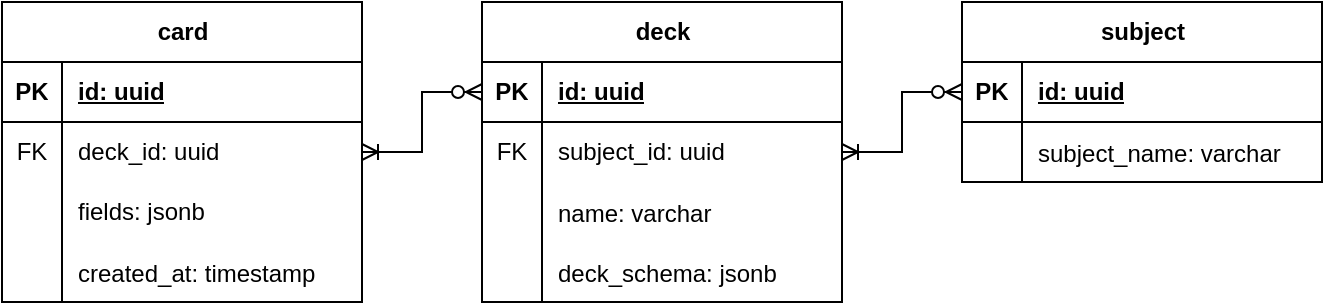
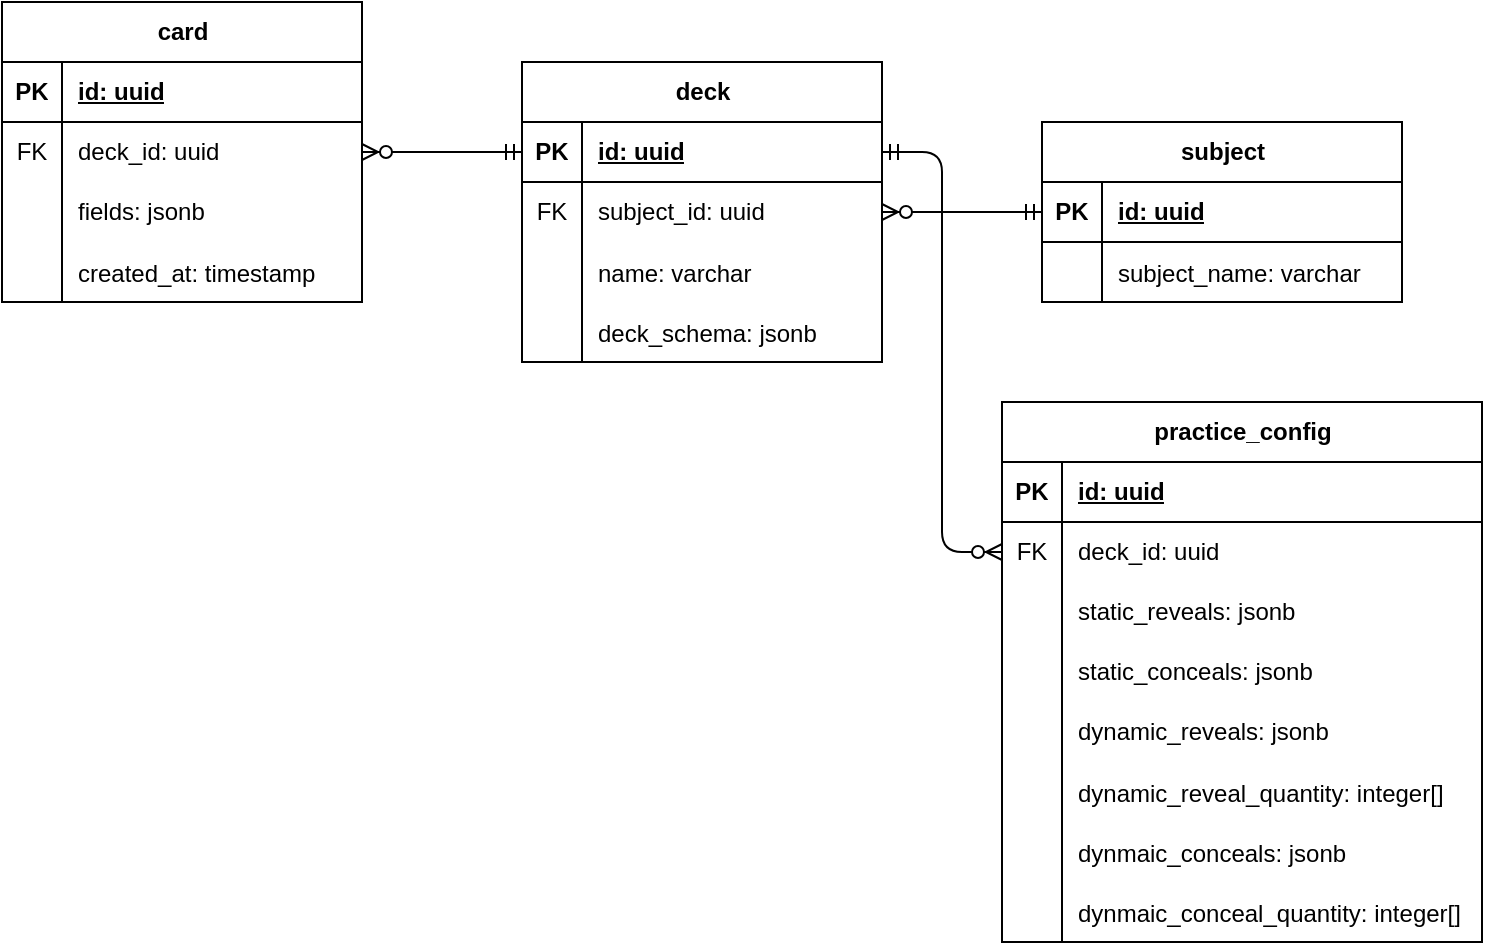
<mxfile host="65bd71144e">
    <diagram name="Page-1" id="E77Z4vSiBEVu_ntfNBje">
        <mxGraphModel dx="786" dy="490" grid="1" gridSize="10" guides="1" tooltips="1" connect="1" arrows="1" fold="1" page="1" pageScale="1" pageWidth="850" pageHeight="1100" math="0" shadow="0">
            <root>
                <mxCell id="0"/>
                <mxCell id="1" parent="0"/>
                <mxCell id="a0jAnDUGsL0N-l5X0XVK-1" value="card" style="shape=table;startSize=30;container=1;collapsible=1;childLayout=tableLayout;fixedRows=1;rowLines=0;fontStyle=1;align=center;resizeLast=1;html=1;" parent="1" vertex="1">
                    <mxGeometry y="80" width="180" height="150" as="geometry"/>
                </mxCell>
                <mxCell id="a0jAnDUGsL0N-l5X0XVK-2" value="" style="shape=tableRow;horizontal=0;startSize=0;swimlaneHead=0;swimlaneBody=0;fillColor=none;collapsible=0;dropTarget=0;points=[[0,0.5],[1,0.5]];portConstraint=eastwest;top=0;left=0;right=0;bottom=1;" parent="a0jAnDUGsL0N-l5X0XVK-1" vertex="1">
                    <mxGeometry y="30" width="180" height="30" as="geometry"/>
                </mxCell>
                <mxCell id="a0jAnDUGsL0N-l5X0XVK-3" value="PK" style="shape=partialRectangle;connectable=0;fillColor=none;top=0;left=0;bottom=0;right=0;fontStyle=1;overflow=hidden;whiteSpace=wrap;html=1;" parent="a0jAnDUGsL0N-l5X0XVK-2" vertex="1">
                    <mxGeometry width="30" height="30" as="geometry">
                        <mxRectangle width="30" height="30" as="alternateBounds"/>
                    </mxGeometry>
                </mxCell>
                <mxCell id="a0jAnDUGsL0N-l5X0XVK-4" value="id: uuid" style="shape=partialRectangle;connectable=0;fillColor=none;top=0;left=0;bottom=0;right=0;align=left;spacingLeft=6;fontStyle=5;overflow=hidden;whiteSpace=wrap;html=1;" parent="a0jAnDUGsL0N-l5X0XVK-2" vertex="1">
                    <mxGeometry x="30" width="150" height="30" as="geometry">
                        <mxRectangle width="150" height="30" as="alternateBounds"/>
                    </mxGeometry>
                </mxCell>
                <mxCell id="a0jAnDUGsL0N-l5X0XVK-39" value="" style="shape=tableRow;horizontal=0;startSize=0;swimlaneHead=0;swimlaneBody=0;fillColor=none;collapsible=0;dropTarget=0;points=[[0,0.5],[1,0.5]];portConstraint=eastwest;top=0;left=0;right=0;bottom=0;" parent="a0jAnDUGsL0N-l5X0XVK-1" vertex="1">
                    <mxGeometry y="60" width="180" height="30" as="geometry"/>
                </mxCell>
                <mxCell id="a0jAnDUGsL0N-l5X0XVK-40" value="FK" style="shape=partialRectangle;connectable=0;fillColor=none;top=0;left=0;bottom=0;right=0;fontStyle=0;overflow=hidden;whiteSpace=wrap;html=1;" parent="a0jAnDUGsL0N-l5X0XVK-39" vertex="1">
                    <mxGeometry width="30" height="30" as="geometry">
                        <mxRectangle width="30" height="30" as="alternateBounds"/>
                    </mxGeometry>
                </mxCell>
                <mxCell id="a0jAnDUGsL0N-l5X0XVK-41" value="deck_id: uuid" style="shape=partialRectangle;connectable=0;fillColor=none;top=0;left=0;bottom=0;right=0;align=left;spacingLeft=6;fontStyle=0;overflow=hidden;whiteSpace=wrap;html=1;" parent="a0jAnDUGsL0N-l5X0XVK-39" vertex="1">
                    <mxGeometry x="30" width="150" height="30" as="geometry">
                        <mxRectangle width="150" height="30" as="alternateBounds"/>
                    </mxGeometry>
                </mxCell>
                <mxCell id="a0jAnDUGsL0N-l5X0XVK-35" value="" style="shape=tableRow;horizontal=0;startSize=0;swimlaneHead=0;swimlaneBody=0;fillColor=none;collapsible=0;dropTarget=0;points=[[0,0.5],[1,0.5]];portConstraint=eastwest;top=0;left=0;right=0;bottom=0;" parent="a0jAnDUGsL0N-l5X0XVK-1" vertex="1">
                    <mxGeometry y="90" width="180" height="30" as="geometry"/>
                </mxCell>
                <mxCell id="a0jAnDUGsL0N-l5X0XVK-36" value="" style="shape=partialRectangle;connectable=0;fillColor=none;top=0;left=0;bottom=0;right=0;editable=1;overflow=hidden;whiteSpace=wrap;html=1;" parent="a0jAnDUGsL0N-l5X0XVK-35" vertex="1">
                    <mxGeometry width="30" height="30" as="geometry">
                        <mxRectangle width="30" height="30" as="alternateBounds"/>
                    </mxGeometry>
                </mxCell>
                <mxCell id="a0jAnDUGsL0N-l5X0XVK-37" value="fields: jsonb" style="shape=partialRectangle;connectable=0;fillColor=none;top=0;left=0;bottom=0;right=0;align=left;spacingLeft=6;overflow=hidden;whiteSpace=wrap;html=1;" parent="a0jAnDUGsL0N-l5X0XVK-35" vertex="1">
                    <mxGeometry x="30" width="150" height="30" as="geometry">
                        <mxRectangle width="150" height="30" as="alternateBounds"/>
                    </mxGeometry>
                </mxCell>
                <mxCell id="a0jAnDUGsL0N-l5X0XVK-70" value="" style="shape=tableRow;horizontal=0;startSize=0;swimlaneHead=0;swimlaneBody=0;fillColor=none;collapsible=0;dropTarget=0;points=[[0,0.5],[1,0.5]];portConstraint=eastwest;top=0;left=0;right=0;bottom=0;" parent="a0jAnDUGsL0N-l5X0XVK-1" vertex="1">
                    <mxGeometry y="120" width="180" height="30" as="geometry"/>
                </mxCell>
                <mxCell id="a0jAnDUGsL0N-l5X0XVK-71" value="" style="shape=partialRectangle;connectable=0;fillColor=none;top=0;left=0;bottom=0;right=0;editable=1;overflow=hidden;" parent="a0jAnDUGsL0N-l5X0XVK-70" vertex="1">
                    <mxGeometry width="30" height="30" as="geometry">
                        <mxRectangle width="30" height="30" as="alternateBounds"/>
                    </mxGeometry>
                </mxCell>
                <mxCell id="a0jAnDUGsL0N-l5X0XVK-72" value="created_at: timestamp" style="shape=partialRectangle;connectable=0;fillColor=none;top=0;left=0;bottom=0;right=0;align=left;spacingLeft=6;overflow=hidden;" parent="a0jAnDUGsL0N-l5X0XVK-70" vertex="1">
                    <mxGeometry x="30" width="150" height="30" as="geometry">
                        <mxRectangle width="150" height="30" as="alternateBounds"/>
                    </mxGeometry>
                </mxCell>
                <mxCell id="a0jAnDUGsL0N-l5X0XVK-22" value="deck" style="shape=table;startSize=30;container=1;collapsible=1;childLayout=tableLayout;fixedRows=1;rowLines=0;fontStyle=1;align=center;resizeLast=1;html=1;" parent="1" vertex="1">
-                     <mxGeometry x="240" y="80" width="180" height="150" as="geometry"/>
+                     <mxGeometry x="260" y="110" width="180" height="150" as="geometry"/>
                </mxCell>
                <mxCell id="a0jAnDUGsL0N-l5X0XVK-23" value="" style="shape=tableRow;horizontal=0;startSize=0;swimlaneHead=0;swimlaneBody=0;fillColor=none;collapsible=0;dropTarget=0;points=[[0,0.5],[1,0.5]];portConstraint=eastwest;top=0;left=0;right=0;bottom=1;" parent="a0jAnDUGsL0N-l5X0XVK-22" vertex="1">
                    <mxGeometry y="30" width="180" height="30" as="geometry"/>
                </mxCell>
                <mxCell id="a0jAnDUGsL0N-l5X0XVK-24" value="PK" style="shape=partialRectangle;connectable=0;fillColor=none;top=0;left=0;bottom=0;right=0;fontStyle=1;overflow=hidden;whiteSpace=wrap;html=1;" parent="a0jAnDUGsL0N-l5X0XVK-23" vertex="1">
                    <mxGeometry width="30" height="30" as="geometry">
                        <mxRectangle width="30" height="30" as="alternateBounds"/>
                    </mxGeometry>
                </mxCell>
                <mxCell id="a0jAnDUGsL0N-l5X0XVK-25" value="id: uuid" style="shape=partialRectangle;connectable=0;fillColor=none;top=0;left=0;bottom=0;right=0;align=left;spacingLeft=6;fontStyle=5;overflow=hidden;whiteSpace=wrap;html=1;" parent="a0jAnDUGsL0N-l5X0XVK-23" vertex="1">
                    <mxGeometry x="30" width="150" height="30" as="geometry">
                        <mxRectangle width="150" height="30" as="alternateBounds"/>
                    </mxGeometry>
                </mxCell>
                <mxCell id="a0jAnDUGsL0N-l5X0XVK-44" value="" style="shape=tableRow;horizontal=0;startSize=0;swimlaneHead=0;swimlaneBody=0;fillColor=none;collapsible=0;dropTarget=0;points=[[0,0.5],[1,0.5]];portConstraint=eastwest;top=0;left=0;right=0;bottom=0;" parent="a0jAnDUGsL0N-l5X0XVK-22" vertex="1">
                    <mxGeometry y="60" width="180" height="30" as="geometry"/>
                </mxCell>
                <mxCell id="a0jAnDUGsL0N-l5X0XVK-45" value="FK" style="shape=partialRectangle;connectable=0;fillColor=none;top=0;left=0;bottom=0;right=0;fontStyle=0;overflow=hidden;whiteSpace=wrap;html=1;" parent="a0jAnDUGsL0N-l5X0XVK-44" vertex="1">
                    <mxGeometry width="30" height="30" as="geometry">
                        <mxRectangle width="30" height="30" as="alternateBounds"/>
                    </mxGeometry>
                </mxCell>
                <mxCell id="a0jAnDUGsL0N-l5X0XVK-46" value="subject_id: uuid" style="shape=partialRectangle;connectable=0;fillColor=none;top=0;left=0;bottom=0;right=0;align=left;spacingLeft=6;fontStyle=0;overflow=hidden;whiteSpace=wrap;html=1;" parent="a0jAnDUGsL0N-l5X0XVK-44" vertex="1">
                    <mxGeometry x="30" width="150" height="30" as="geometry">
                        <mxRectangle width="150" height="30" as="alternateBounds"/>
                    </mxGeometry>
                </mxCell>
                <mxCell id="a0jAnDUGsL0N-l5X0XVK-62" value="" style="shape=tableRow;horizontal=0;startSize=0;swimlaneHead=0;swimlaneBody=0;fillColor=none;collapsible=0;dropTarget=0;points=[[0,0.5],[1,0.5]];portConstraint=eastwest;top=0;left=0;right=0;bottom=0;" parent="a0jAnDUGsL0N-l5X0XVK-22" vertex="1">
                    <mxGeometry y="90" width="180" height="30" as="geometry"/>
                </mxCell>
                <mxCell id="a0jAnDUGsL0N-l5X0XVK-63" value="" style="shape=partialRectangle;connectable=0;fillColor=none;top=0;left=0;bottom=0;right=0;editable=1;overflow=hidden;" parent="a0jAnDUGsL0N-l5X0XVK-62" vertex="1">
                    <mxGeometry width="30" height="30" as="geometry">
                        <mxRectangle width="30" height="30" as="alternateBounds"/>
                    </mxGeometry>
                </mxCell>
                <mxCell id="a0jAnDUGsL0N-l5X0XVK-64" value="name: varchar" style="shape=partialRectangle;connectable=0;fillColor=none;top=0;left=0;bottom=0;right=0;align=left;spacingLeft=6;overflow=hidden;" parent="a0jAnDUGsL0N-l5X0XVK-62" vertex="1">
                    <mxGeometry x="30" width="150" height="30" as="geometry">
                        <mxRectangle width="150" height="30" as="alternateBounds"/>
                    </mxGeometry>
                </mxCell>
-                 <mxCell id="3" value="" style="shape=tableRow;horizontal=0;startSize=0;swimlaneHead=0;swimlaneBody=0;fillColor=none;collapsible=0;dropTarget=0;points=[[0,0.5],[1,0.5]];portConstraint=eastwest;top=0;left=0;right=0;bottom=0;" vertex="1" parent="a0jAnDUGsL0N-l5X0XVK-22">
+                 <mxCell id="3" value="" style="shape=tableRow;horizontal=0;startSize=0;swimlaneHead=0;swimlaneBody=0;fillColor=none;collapsible=0;dropTarget=0;points=[[0,0.5],[1,0.5]];portConstraint=eastwest;top=0;left=0;right=0;bottom=0;" parent="a0jAnDUGsL0N-l5X0XVK-22" vertex="1">
                    <mxGeometry y="120" width="180" height="30" as="geometry"/>
                </mxCell>
-                 <mxCell id="4" value="" style="shape=partialRectangle;connectable=0;fillColor=none;top=0;left=0;bottom=0;right=0;editable=1;overflow=hidden;" vertex="1" parent="3">
-                     <mxGeometry width="30" height="30" as="geometry">
-                         <mxRectangle width="30" height="30" as="alternateBounds"/>
-                     </mxGeometry>
-                 </mxCell>
-                 <mxCell id="5" value="deck_schema: jsonb" style="shape=partialRectangle;connectable=0;fillColor=none;top=0;left=0;bottom=0;right=0;align=left;spacingLeft=6;overflow=hidden;" vertex="1" parent="3">
-                     <mxGeometry x="30" width="150" height="30" as="geometry">
-                         <mxRectangle width="150" height="30" as="alternateBounds"/>
-                     </mxGeometry>
-                 </mxCell>
-                 <mxCell id="a0jAnDUGsL0N-l5X0XVK-42" value="" style="edgeStyle=entityRelationEdgeStyle;fontSize=12;html=1;endArrow=ERoneToMany;startArrow=ERzeroToMany;rounded=0;entryX=1;entryY=0.5;entryDx=0;entryDy=0;exitX=0;exitY=0.5;exitDx=0;exitDy=0;" parent="1" source="a0jAnDUGsL0N-l5X0XVK-23" target="a0jAnDUGsL0N-l5X0XVK-39" edge="1">
-                     <mxGeometry width="100" height="100" relative="1" as="geometry">
-                         <mxPoint x="380" y="350" as="sourcePoint"/>
-                         <mxPoint x="510" y="300" as="targetPoint"/>
+                 <mxCell id="4" value="" style="shape=partialRectangle;connectable=0;fillColor=none;top=0;left=0;bottom=0;right=0;editable=1;overflow=hidden;" parent="3" vertex="1">
+                     <mxGeometry width="30" height="30" as="geometry">
+                         <mxRectangle width="30" height="30" as="alternateBounds"/>
+                     </mxGeometry>
+                 </mxCell>
+                 <mxCell id="5" value="deck_schema: jsonb" style="shape=partialRectangle;connectable=0;fillColor=none;top=0;left=0;bottom=0;right=0;align=left;spacingLeft=6;overflow=hidden;" parent="3" vertex="1">
+                     <mxGeometry x="30" width="150" height="30" as="geometry">
+                         <mxRectangle width="150" height="30" as="alternateBounds"/>
                    </mxGeometry>
                </mxCell>
                <mxCell id="a0jAnDUGsL0N-l5X0XVK-47" value="subject" style="shape=table;startSize=30;container=1;collapsible=1;childLayout=tableLayout;fixedRows=1;rowLines=0;fontStyle=1;align=center;resizeLast=1;html=1;" parent="1" vertex="1">
-                     <mxGeometry x="480" y="80" width="180" height="90" as="geometry"/>
+                     <mxGeometry x="520" y="140" width="180" height="90" as="geometry"/>
                </mxCell>
                <mxCell id="a0jAnDUGsL0N-l5X0XVK-48" value="" style="shape=tableRow;horizontal=0;startSize=0;swimlaneHead=0;swimlaneBody=0;fillColor=none;collapsible=0;dropTarget=0;points=[[0,0.5],[1,0.5]];portConstraint=eastwest;top=0;left=0;right=0;bottom=1;" parent="a0jAnDUGsL0N-l5X0XVK-47" vertex="1">
                    <mxGeometry y="30" width="180" height="30" as="geometry"/>
                </mxCell>
                <mxCell id="a0jAnDUGsL0N-l5X0XVK-49" value="PK" style="shape=partialRectangle;connectable=0;fillColor=none;top=0;left=0;bottom=0;right=0;fontStyle=1;overflow=hidden;whiteSpace=wrap;html=1;" parent="a0jAnDUGsL0N-l5X0XVK-48" vertex="1">
                    <mxGeometry width="30" height="30" as="geometry">
                        <mxRectangle width="30" height="30" as="alternateBounds"/>
                    </mxGeometry>
                </mxCell>
                <mxCell id="a0jAnDUGsL0N-l5X0XVK-50" value="id: uuid" style="shape=partialRectangle;connectable=0;fillColor=none;top=0;left=0;bottom=0;right=0;align=left;spacingLeft=6;fontStyle=5;overflow=hidden;whiteSpace=wrap;html=1;" parent="a0jAnDUGsL0N-l5X0XVK-48" vertex="1">
                    <mxGeometry x="30" width="150" height="30" as="geometry">
                        <mxRectangle width="150" height="30" as="alternateBounds"/>
                    </mxGeometry>
                </mxCell>
                <mxCell id="a0jAnDUGsL0N-l5X0XVK-66" value="" style="shape=tableRow;horizontal=0;startSize=0;swimlaneHead=0;swimlaneBody=0;fillColor=none;collapsible=0;dropTarget=0;points=[[0,0.5],[1,0.5]];portConstraint=eastwest;top=0;left=0;right=0;bottom=0;" parent="a0jAnDUGsL0N-l5X0XVK-47" vertex="1">
                    <mxGeometry y="60" width="180" height="30" as="geometry"/>
                </mxCell>
                <mxCell id="a0jAnDUGsL0N-l5X0XVK-67" value="" style="shape=partialRectangle;connectable=0;fillColor=none;top=0;left=0;bottom=0;right=0;editable=1;overflow=hidden;" parent="a0jAnDUGsL0N-l5X0XVK-66" vertex="1">
                    <mxGeometry width="30" height="30" as="geometry">
                        <mxRectangle width="30" height="30" as="alternateBounds"/>
                    </mxGeometry>
                </mxCell>
                <mxCell id="a0jAnDUGsL0N-l5X0XVK-68" value="subject_name: varchar" style="shape=partialRectangle;connectable=0;fillColor=none;top=0;left=0;bottom=0;right=0;align=left;spacingLeft=6;overflow=hidden;" parent="a0jAnDUGsL0N-l5X0XVK-66" vertex="1">
                    <mxGeometry x="30" width="150" height="30" as="geometry">
                        <mxRectangle width="150" height="30" as="alternateBounds"/>
                    </mxGeometry>
                </mxCell>
-                 <mxCell id="a0jAnDUGsL0N-l5X0XVK-60" value="" style="edgeStyle=entityRelationEdgeStyle;fontSize=12;html=1;endArrow=ERoneToMany;startArrow=ERzeroToMany;rounded=0;exitX=0;exitY=0.5;exitDx=0;exitDy=0;entryX=1;entryY=0.5;entryDx=0;entryDy=0;" parent="1" source="a0jAnDUGsL0N-l5X0XVK-48" target="a0jAnDUGsL0N-l5X0XVK-44" edge="1">
+                 <mxCell id="6" value="practice_config" style="shape=table;startSize=30;container=1;collapsible=1;childLayout=tableLayout;fixedRows=1;rowLines=0;fontStyle=1;align=center;resizeLast=1;html=1;" vertex="1" parent="1">
+                     <mxGeometry x="500" y="280" width="240" height="270" as="geometry"/>
+                 </mxCell>
+                 <mxCell id="7" value="" style="shape=tableRow;horizontal=0;startSize=0;swimlaneHead=0;swimlaneBody=0;fillColor=none;collapsible=0;dropTarget=0;points=[[0,0.5],[1,0.5]];portConstraint=eastwest;top=0;left=0;right=0;bottom=1;" vertex="1" parent="6">
+                     <mxGeometry y="30" width="240" height="30" as="geometry"/>
+                 </mxCell>
+                 <mxCell id="8" value="PK" style="shape=partialRectangle;connectable=0;fillColor=none;top=0;left=0;bottom=0;right=0;fontStyle=1;overflow=hidden;whiteSpace=wrap;html=1;" vertex="1" parent="7">
+                     <mxGeometry width="30" height="30" as="geometry">
+                         <mxRectangle width="30" height="30" as="alternateBounds"/>
+                     </mxGeometry>
+                 </mxCell>
+                 <mxCell id="9" value="id: uuid" style="shape=partialRectangle;connectable=0;fillColor=none;top=0;left=0;bottom=0;right=0;align=left;spacingLeft=6;fontStyle=5;overflow=hidden;whiteSpace=wrap;html=1;" vertex="1" parent="7">
+                     <mxGeometry x="30" width="210" height="30" as="geometry">
+                         <mxRectangle width="210" height="30" as="alternateBounds"/>
+                     </mxGeometry>
+                 </mxCell>
+                 <mxCell id="20" value="" style="shape=tableRow;horizontal=0;startSize=0;swimlaneHead=0;swimlaneBody=0;fillColor=none;collapsible=0;dropTarget=0;points=[[0,0.5],[1,0.5]];portConstraint=eastwest;top=0;left=0;right=0;bottom=0;" vertex="1" parent="6">
+                     <mxGeometry y="60" width="240" height="30" as="geometry"/>
+                 </mxCell>
+                 <mxCell id="21" value="FK" style="shape=partialRectangle;connectable=0;fillColor=none;top=0;left=0;bottom=0;right=0;fontStyle=0;overflow=hidden;whiteSpace=wrap;html=1;" vertex="1" parent="20">
+                     <mxGeometry width="30" height="30" as="geometry">
+                         <mxRectangle width="30" height="30" as="alternateBounds"/>
+                     </mxGeometry>
+                 </mxCell>
+                 <mxCell id="22" value="deck_id: uuid" style="shape=partialRectangle;connectable=0;fillColor=none;top=0;left=0;bottom=0;right=0;align=left;spacingLeft=6;fontStyle=0;overflow=hidden;whiteSpace=wrap;html=1;" vertex="1" parent="20">
+                     <mxGeometry x="30" width="210" height="30" as="geometry">
+                         <mxRectangle width="210" height="30" as="alternateBounds"/>
+                     </mxGeometry>
+                 </mxCell>
+                 <mxCell id="10" value="" style="shape=tableRow;horizontal=0;startSize=0;swimlaneHead=0;swimlaneBody=0;fillColor=none;collapsible=0;dropTarget=0;points=[[0,0.5],[1,0.5]];portConstraint=eastwest;top=0;left=0;right=0;bottom=0;" vertex="1" parent="6">
+                     <mxGeometry y="90" width="240" height="30" as="geometry"/>
+                 </mxCell>
+                 <mxCell id="11" value="" style="shape=partialRectangle;connectable=0;fillColor=none;top=0;left=0;bottom=0;right=0;editable=1;overflow=hidden;whiteSpace=wrap;html=1;" vertex="1" parent="10">
+                     <mxGeometry width="30" height="30" as="geometry">
+                         <mxRectangle width="30" height="30" as="alternateBounds"/>
+                     </mxGeometry>
+                 </mxCell>
+                 <mxCell id="12" value="static_reveals: jsonb" style="shape=partialRectangle;connectable=0;fillColor=none;top=0;left=0;bottom=0;right=0;align=left;spacingLeft=6;overflow=hidden;whiteSpace=wrap;html=1;" vertex="1" parent="10">
+                     <mxGeometry x="30" width="210" height="30" as="geometry">
+                         <mxRectangle width="210" height="30" as="alternateBounds"/>
+                     </mxGeometry>
+                 </mxCell>
+                 <mxCell id="13" value="" style="shape=tableRow;horizontal=0;startSize=0;swimlaneHead=0;swimlaneBody=0;fillColor=none;collapsible=0;dropTarget=0;points=[[0,0.5],[1,0.5]];portConstraint=eastwest;top=0;left=0;right=0;bottom=0;" vertex="1" parent="6">
+                     <mxGeometry y="120" width="240" height="30" as="geometry"/>
+                 </mxCell>
+                 <mxCell id="14" value="" style="shape=partialRectangle;connectable=0;fillColor=none;top=0;left=0;bottom=0;right=0;editable=1;overflow=hidden;whiteSpace=wrap;html=1;" vertex="1" parent="13">
+                     <mxGeometry width="30" height="30" as="geometry">
+                         <mxRectangle width="30" height="30" as="alternateBounds"/>
+                     </mxGeometry>
+                 </mxCell>
+                 <mxCell id="15" value="static_conceals: jsonb" style="shape=partialRectangle;connectable=0;fillColor=none;top=0;left=0;bottom=0;right=0;align=left;spacingLeft=6;overflow=hidden;whiteSpace=wrap;html=1;" vertex="1" parent="13">
+                     <mxGeometry x="30" width="210" height="30" as="geometry">
+                         <mxRectangle width="210" height="30" as="alternateBounds"/>
+                     </mxGeometry>
+                 </mxCell>
+                 <mxCell id="16" value="" style="shape=tableRow;horizontal=0;startSize=0;swimlaneHead=0;swimlaneBody=0;fillColor=none;collapsible=0;dropTarget=0;points=[[0,0.5],[1,0.5]];portConstraint=eastwest;top=0;left=0;right=0;bottom=0;" vertex="1" parent="6">
+                     <mxGeometry y="150" width="240" height="30" as="geometry"/>
+                 </mxCell>
+                 <mxCell id="17" value="" style="shape=partialRectangle;connectable=0;fillColor=none;top=0;left=0;bottom=0;right=0;editable=1;overflow=hidden;whiteSpace=wrap;html=1;" vertex="1" parent="16">
+                     <mxGeometry width="30" height="30" as="geometry">
+                         <mxRectangle width="30" height="30" as="alternateBounds"/>
+                     </mxGeometry>
+                 </mxCell>
+                 <mxCell id="18" value="dynamic_reveals: jsonb" style="shape=partialRectangle;connectable=0;fillColor=none;top=0;left=0;bottom=0;right=0;align=left;spacingLeft=6;overflow=hidden;whiteSpace=wrap;html=1;" vertex="1" parent="16">
+                     <mxGeometry x="30" width="210" height="30" as="geometry">
+                         <mxRectangle width="210" height="30" as="alternateBounds"/>
+                     </mxGeometry>
+                 </mxCell>
+                 <mxCell id="24" value="" style="shape=tableRow;horizontal=0;startSize=0;swimlaneHead=0;swimlaneBody=0;fillColor=none;collapsible=0;dropTarget=0;points=[[0,0.5],[1,0.5]];portConstraint=eastwest;top=0;left=0;right=0;bottom=0;" vertex="1" parent="6">
+                     <mxGeometry y="180" width="240" height="30" as="geometry"/>
+                 </mxCell>
+                 <mxCell id="25" value="" style="shape=partialRectangle;connectable=0;fillColor=none;top=0;left=0;bottom=0;right=0;editable=1;overflow=hidden;" vertex="1" parent="24">
+                     <mxGeometry width="30" height="30" as="geometry">
+                         <mxRectangle width="30" height="30" as="alternateBounds"/>
+                     </mxGeometry>
+                 </mxCell>
+                 <mxCell id="26" value="dynamic_reveal_quantity: integer[]" style="shape=partialRectangle;connectable=0;fillColor=none;top=0;left=0;bottom=0;right=0;align=left;spacingLeft=6;overflow=hidden;" vertex="1" parent="24">
+                     <mxGeometry x="30" width="210" height="30" as="geometry">
+                         <mxRectangle width="210" height="30" as="alternateBounds"/>
+                     </mxGeometry>
+                 </mxCell>
+                 <mxCell id="29" value="" style="shape=tableRow;horizontal=0;startSize=0;swimlaneHead=0;swimlaneBody=0;fillColor=none;collapsible=0;dropTarget=0;points=[[0,0.5],[1,0.5]];portConstraint=eastwest;top=0;left=0;right=0;bottom=0;" vertex="1" parent="6">
+                     <mxGeometry y="210" width="240" height="30" as="geometry"/>
+                 </mxCell>
+                 <mxCell id="30" value="" style="shape=partialRectangle;connectable=0;fillColor=none;top=0;left=0;bottom=0;right=0;editable=1;overflow=hidden;" vertex="1" parent="29">
+                     <mxGeometry width="30" height="30" as="geometry">
+                         <mxRectangle width="30" height="30" as="alternateBounds"/>
+                     </mxGeometry>
+                 </mxCell>
+                 <mxCell id="31" value="dynmaic_conceals: jsonb" style="shape=partialRectangle;connectable=0;fillColor=none;top=0;left=0;bottom=0;right=0;align=left;spacingLeft=6;overflow=hidden;" vertex="1" parent="29">
+                     <mxGeometry x="30" width="210" height="30" as="geometry">
+                         <mxRectangle width="210" height="30" as="alternateBounds"/>
+                     </mxGeometry>
+                 </mxCell>
+                 <mxCell id="33" value="" style="shape=tableRow;horizontal=0;startSize=0;swimlaneHead=0;swimlaneBody=0;fillColor=none;collapsible=0;dropTarget=0;points=[[0,0.5],[1,0.5]];portConstraint=eastwest;top=0;left=0;right=0;bottom=0;" vertex="1" parent="6">
+                     <mxGeometry y="240" width="240" height="30" as="geometry"/>
+                 </mxCell>
+                 <mxCell id="34" value="" style="shape=partialRectangle;connectable=0;fillColor=none;top=0;left=0;bottom=0;right=0;editable=1;overflow=hidden;" vertex="1" parent="33">
+                     <mxGeometry width="30" height="30" as="geometry">
+                         <mxRectangle width="30" height="30" as="alternateBounds"/>
+                     </mxGeometry>
+                 </mxCell>
+                 <mxCell id="35" value="dynmaic_conceal_quantity: integer[]" style="shape=partialRectangle;connectable=0;fillColor=none;top=0;left=0;bottom=0;right=0;align=left;spacingLeft=6;overflow=hidden;" vertex="1" parent="33">
+                     <mxGeometry x="30" width="210" height="30" as="geometry">
+                         <mxRectangle width="210" height="30" as="alternateBounds"/>
+                     </mxGeometry>
+                 </mxCell>
+                 <mxCell id="41" value="" style="edgeStyle=entityRelationEdgeStyle;fontSize=12;html=1;endArrow=ERzeroToMany;startArrow=ERmandOne;entryX=0;entryY=0.5;entryDx=0;entryDy=0;exitX=1;exitY=0.5;exitDx=0;exitDy=0;" edge="1" parent="1" source="a0jAnDUGsL0N-l5X0XVK-23" target="20">
                    <mxGeometry width="100" height="100" relative="1" as="geometry">
-                         <mxPoint x="440" y="250" as="sourcePoint"/>
-                         <mxPoint x="330" y="415" as="targetPoint"/>
+                         <mxPoint x="300" y="350" as="sourcePoint"/>
+                         <mxPoint x="400" y="250" as="targetPoint"/>
+                     </mxGeometry>
+                 </mxCell>
+                 <mxCell id="42" value="" style="edgeStyle=entityRelationEdgeStyle;fontSize=12;html=1;endArrow=ERzeroToMany;startArrow=ERmandOne;entryX=1;entryY=0.5;entryDx=0;entryDy=0;exitX=0;exitY=0.5;exitDx=0;exitDy=0;" edge="1" parent="1" source="a0jAnDUGsL0N-l5X0XVK-23" target="a0jAnDUGsL0N-l5X0XVK-39">
+                     <mxGeometry width="100" height="100" relative="1" as="geometry">
+                         <mxPoint x="300" y="350" as="sourcePoint"/>
+                         <mxPoint x="220" y="250" as="targetPoint"/>
+                     </mxGeometry>
+                 </mxCell>
+                 <mxCell id="43" value="" style="edgeStyle=entityRelationEdgeStyle;fontSize=12;html=1;endArrow=ERzeroToMany;startArrow=ERmandOne;entryX=1;entryY=0.5;entryDx=0;entryDy=0;exitX=0;exitY=0.5;exitDx=0;exitDy=0;" edge="1" parent="1" source="a0jAnDUGsL0N-l5X0XVK-48" target="a0jAnDUGsL0N-l5X0XVK-44">
+                     <mxGeometry width="100" height="100" relative="1" as="geometry">
+                         <mxPoint x="300" y="350" as="sourcePoint"/>
+                         <mxPoint x="400" y="250" as="targetPoint"/>
                    </mxGeometry>
                </mxCell>
            </root>
        </mxGraphModel>
    </diagram>
</mxfile>